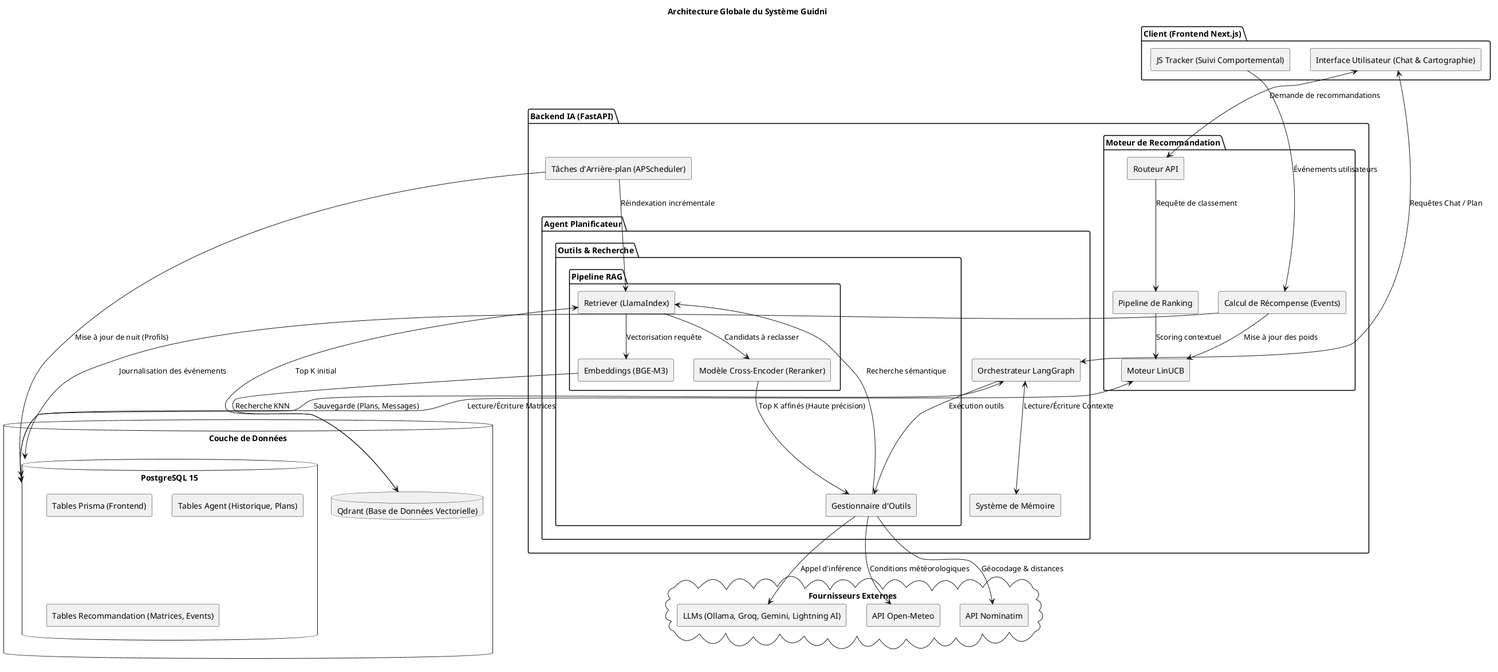
Above: diagrams/architecture_complete.png in ahmed-addali/rapport (PlantUML), before the change. Its diagram source:
```plantuml
@startuml
skinparam backgroundColor #FFFFFF
skinparam defaultFontName "Arial"
skinparam componentStyle rectangle

title Architecture Globale du Système Guidni

package "Client (Frontend Next.js)" {
    component [Interface Utilisateur (Chat & Cartographie)] as UI
    component [JS Tracker (Suivi Comportemental)] as Tracker
}

package "Backend IA (FastAPI)" {

    package "Agent Planificateur" {
        component [Orchestrateur LangGraph] as Agent
        component [Système de Mémoire] as Memory

        package "Outils & Recherche" {
            component [Gestionnaire d'Outils] as Tools
            package "Pipeline RAG" {
                component [Retriever (LlamaIndex)] as Retriever
                component [Embeddings (BGE-M3)] as Embeddings
                component [Modèle Cross-Encoder (Reranker)] as Reranker
            }
        }
    }

    package "Moteur de Recommandation" {
        component [Routeur API] as RecoRouter
        component [Moteur LinUCB] as LinUCB
        component [Pipeline de Ranking] as Ranker
        component [Calcul de Récompense (Events)] as RewardCalc
    }

    component [Tâches d'Arrière-plan (APScheduler)] as Scheduler
}

database "Couche de Données" {
    database "PostgreSQL 15" as PG {
        [Tables Prisma (Frontend)]
        [Tables Agent (Historique, Plans)]
        [Tables Recommandation (Matrices, Events)]
    }
    database "Qdrant (Base de Données Vectorielle)" as Qdrant
}

cloud "Fournisseurs Externes" {
    component [LLMs (Ollama, Groq, Gemini, Lightning AI)] as LLM
    component [API Open-Meteo] as Meteo
    component [API Nominatim] as Geo
}

UI <--> Agent : "Requêtes Chat / Plan"
UI <--> RecoRouter : "Demande de recommandations"
Tracker --> RewardCalc : "Événements utilisateurs"

Agent <--> Memory : "Lecture/Écriture Contexte"
Agent --> Tools : "Exécution outils"
Tools --> LLM : "Appel d'inférence"
Tools --> Meteo : "Conditions météorologiques"
Tools --> Geo : "Géocodage & distances"

Tools --> Retriever : "Recherche sémantique"
Retriever --> Embeddings : "Vectorisation requête"
Embeddings --> Qdrant : "Recherche KNN"
Qdrant --> Retriever : "Top K initial"
Retriever --> Reranker : "Candidats à reclasser"
Reranker --> Tools : "Top K affinés (Haute précision)"

RecoRouter --> Ranker : "Requête de classement"
Ranker --> LinUCB : "Scoring contextuel"
LinUCB <--> PG : "Lecture/Écriture Matrices"
RewardCalc --> LinUCB : "Mise à jour des poids"
RewardCalc --> PG : "Journalisation des événements"

Agent <--> PG : "Sauvegarde (Plans, Messages)"
Scheduler --> PG : "Mise à jour de nuit (Profils)"
Scheduler --> Retriever : "Réindexation incrémentale"

@enduml
```
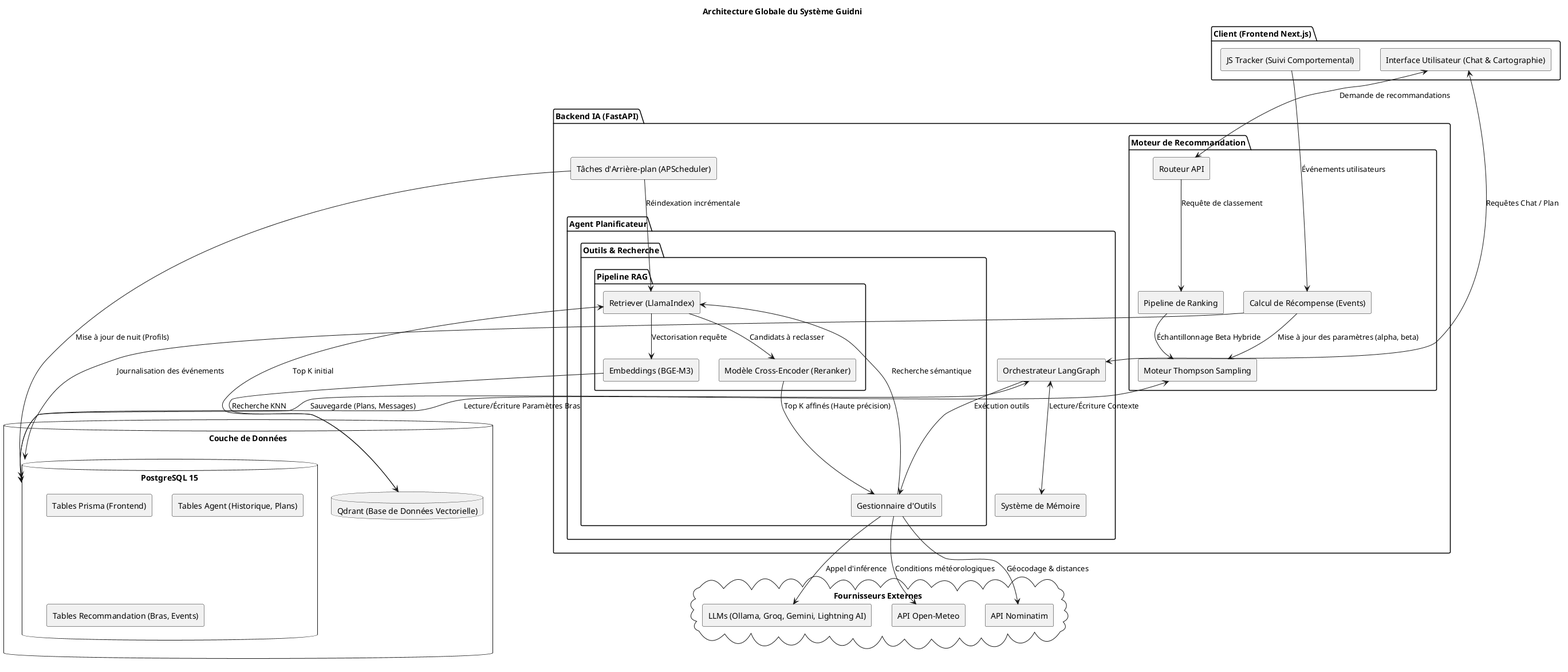
Above is the later version.

What changed in the source:
```diff
@@ -28,7 +28,7 @@
 
     package "Moteur de Recommandation" {
         component [Routeur API] as RecoRouter
-        component [Moteur LinUCB] as LinUCB
+        component [Moteur Thompson Sampling] as MAB_Engine
         component [Pipeline de Ranking] as Ranker
         component [Calcul de Récompense (Events)] as RewardCalc
     }
@@ -40,7 +40,7 @@
     database "PostgreSQL 15" as PG {
         [Tables Prisma (Frontend)]
         [Tables Agent (Historique, Plans)]
-        [Tables Recommandation (Matrices, Events)]
+        [Tables Recommandation (Bras, Events)]
     }
     database "Qdrant (Base de Données Vectorielle)" as Qdrant
 }
@@ -69,9 +69,9 @@
 Reranker --> Tools : "Top K affinés (Haute précision)"
 
 RecoRouter --> Ranker : "Requête de classement"
-Ranker --> LinUCB : "Scoring contextuel"
-LinUCB <--> PG : "Lecture/Écriture Matrices"
-RewardCalc --> LinUCB : "Mise à jour des poids"
+Ranker --> MAB_Engine : "Échantillonnage Beta Hybride"
+MAB_Engine <--> PG : "Lecture/Écriture Paramètres Bras"
+RewardCalc --> MAB_Engine : "Mise à jour des paramètres (alpha, beta)"
 RewardCalc --> PG : "Journalisation des événements"
 
 Agent <--> PG : "Sauvegarde (Plans, Messages)"
```
